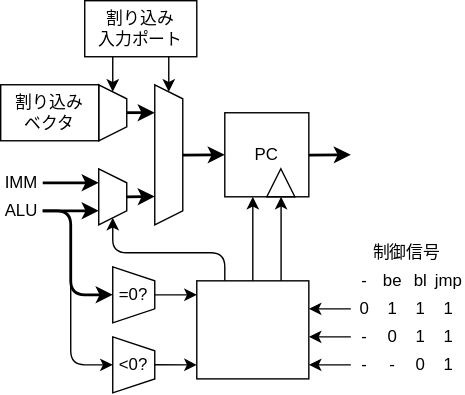
The draw.io diagram Lab/Computer/RK16/01_Architecture/img/pfc.dio.svg in amane-uehara/kanade-k-1228.github.io, before a commit. Source tidied: cells renumbered, new cells last; positions are measured from the earlier drawing's top-left corner, leaving out a move shared by most shapes.
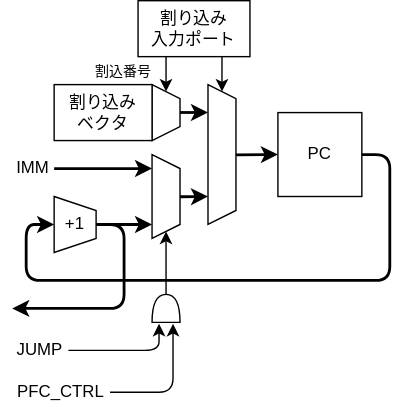
Above is the later version.

The edit, as a diff of the source:
```diff
@@ -34,8 +34,8 @@
     </mxCell>
     <mxCell id="9" style="endArrow=classic;html=1;strokeWidth=2;" parent="1" edge="1">
       <mxGeometry relative="1" as="geometry">
-        <mxPoint x="90" y="140" as="sourcePoint" />
-        <mxPoint x="110" y="139.8" as="targetPoint" />
+        <mxPoint x="90" y="140.2" as="sourcePoint" />
+        <mxPoint x="110" y="140" as="targetPoint" />
       </mxGeometry>
     </mxCell>
     <mxCell id="10" style="endArrow=classic;html=1;strokeWidth=2;" parent="1" edge="1">
@@ -44,169 +44,87 @@
         <mxPoint x="160" y="110" as="targetPoint" />
       </mxGeometry>
     </mxCell>
-    <mxCell id="11" value="ALU" style="text;html=1;strokeColor=none;fillColor=none;align=center;verticalAlign=middle;whiteSpace=wrap;rounded=0;" parent="1" vertex="1">
-      <mxGeometry y="140" width="30" height="20" as="geometry" />
-    </mxCell>
     <mxCell id="12" value="IMM" style="text;html=1;strokeColor=none;fillColor=none;align=center;verticalAlign=middle;whiteSpace=wrap;rounded=0;" parent="1" vertex="1">
-      <mxGeometry y="120" width="30" height="20" as="geometry" />
+      <mxGeometry x="-30" y="110" width="30" height="20" as="geometry" />
     </mxCell>
-    <mxCell id="13" style="endArrow=classic;html=1;startArrow=none;startFill=0;strokeWidth=2;" parent="1" edge="1">
-      <mxGeometry relative="1" as="geometry">
-        <mxPoint x="30" y="150" as="sourcePoint" />
-        <mxPoint x="80" y="210" as="targetPoint" />
-        <Array as="points">
-          <mxPoint x="50" y="150" />
-          <mxPoint x="50" y="210" />
-        </Array>
-      </mxGeometry>
-    </mxCell>
-    <mxCell id="14" value="制御信号" style="text;html=1;strokeColor=none;fillColor=none;align=center;verticalAlign=middle;whiteSpace=wrap;rounded=0;" parent="1" vertex="1">
-      <mxGeometry x="250" y="170" width="80" height="20" as="geometry" />
+    <mxCell id="14" value="PFC_CTRL" style="text;html=1;strokeColor=none;fillColor=none;align=center;verticalAlign=middle;whiteSpace=wrap;rounded=0;" parent="1" vertex="1">
+      <mxGeometry x="-30" y="270" width="70" height="20" as="geometry" />
     </mxCell>
-    <mxCell id="15" value="=0?" style="shape=trapezoid;perimeter=trapezoidPerimeter;whiteSpace=wrap;html=1;fixedSize=1;direction=south;size=10;" parent="1" vertex="1">
-      <mxGeometry x="80" y="190" width="30" height="40" as="geometry" />
-    </mxCell>
-    <mxCell id="16" value="&amp;lt;0?" style="shape=trapezoid;perimeter=trapezoidPerimeter;whiteSpace=wrap;html=1;fixedSize=1;direction=south;size=10;" parent="1" vertex="1">
-      <mxGeometry x="80" y="240" width="30" height="40" as="geometry" />
-    </mxCell>
-    <mxCell id="17" style="endArrow=classic;html=1;startArrow=none;startFill=0;" parent="1" edge="1">
-      <mxGeometry relative="1" as="geometry">
-        <mxPoint x="50" y="190" as="sourcePoint" />
-        <mxPoint x="80" y="260" as="targetPoint" />
-        <Array as="points">
-          <mxPoint x="50" y="260" />
-        </Array>
-      </mxGeometry>
-    </mxCell>
-    <mxCell id="18" style="endArrow=classic;html=1;" parent="1" edge="1">
-      <mxGeometry relative="1" as="geometry">
-        <mxPoint x="110" y="210" as="sourcePoint" />
-        <mxPoint x="140" y="210" as="targetPoint" />
-      </mxGeometry>
-    </mxCell>
-    <mxCell id="19" style="endArrow=classic;html=1;" parent="1" edge="1">
-      <mxGeometry relative="1" as="geometry">
-        <mxPoint x="110" y="259.9" as="sourcePoint" />
-        <mxPoint x="140" y="260" as="targetPoint" />
-      </mxGeometry>
-    </mxCell>
     <mxCell id="20" style="shape=trapezoid;perimeter=trapezoidPerimeter;whiteSpace=wrap;html=1;fixedSize=1;direction=south;size=10;" parent="1" vertex="1">
-      <mxGeometry x="70" y="120" width="20" height="40" as="geometry" />
+      <mxGeometry x="70" y="110" width="20" height="60" as="geometry" />
     </mxCell>
-    <mxCell id="21" style="endArrow=classic;html=1;strokeWidth=2;" parent="1" edge="1">
-      <mxGeometry relative="1" as="geometry">
-        <mxPoint x="30" y="150" as="sourcePoint" />
-        <mxPoint x="70" y="150" as="targetPoint" />
-      </mxGeometry>
-    </mxCell>
     <mxCell id="22" style="endArrow=classic;html=1;strokeWidth=2;" parent="1" edge="1">
       <mxGeometry relative="1" as="geometry">
-        <mxPoint x="30" y="130" as="sourcePoint" />
-        <mxPoint x="70" y="130" as="targetPoint" />
+        <mxPoint y="120.1" as="sourcePoint" />
+        <mxPoint x="70" y="120" as="targetPoint" />
       </mxGeometry>
     </mxCell>
-    <mxCell id="23" value="0" style="text;html=1;strokeColor=none;fillColor=none;align=center;verticalAlign=middle;whiteSpace=wrap;rounded=0;" parent="1" vertex="1">
-      <mxGeometry x="250" y="210" width="20" height="20" as="geometry" />
-    </mxCell>
-    <mxCell id="24" value="be" style="text;html=1;strokeColor=none;fillColor=none;align=center;verticalAlign=middle;whiteSpace=wrap;rounded=0;rotation=0;" parent="1" vertex="1">
-      <mxGeometry x="270" y="190" width="20" height="20" as="geometry" />
-    </mxCell>
-    <mxCell id="25" value="-" style="text;html=1;strokeColor=none;fillColor=none;align=center;verticalAlign=middle;whiteSpace=wrap;rounded=0;" parent="1" vertex="1">
-      <mxGeometry x="250" y="230" width="20" height="20" as="geometry" />
-    </mxCell>
-    <mxCell id="26" value="bl" style="text;html=1;strokeColor=none;fillColor=none;align=center;verticalAlign=middle;whiteSpace=wrap;rounded=0;rotation=0;" parent="1" vertex="1">
-      <mxGeometry x="290" y="190" width="20" height="20" as="geometry" />
-    </mxCell>
-    <mxCell id="27" value="jmp" style="text;html=1;strokeColor=none;fillColor=none;align=center;verticalAlign=middle;whiteSpace=wrap;rounded=0;rotation=0;" parent="1" vertex="1">
-      <mxGeometry x="310" y="190" width="20" height="20" as="geometry" />
-    </mxCell>
-    <mxCell id="28" value="1" style="text;html=1;strokeColor=none;fillColor=none;align=center;verticalAlign=middle;whiteSpace=wrap;rounded=0;" parent="1" vertex="1">
-      <mxGeometry x="270" y="210" width="20" height="20" as="geometry" />
-    </mxCell>
-    <mxCell id="29" value="1" style="text;html=1;strokeColor=none;fillColor=none;align=center;verticalAlign=middle;whiteSpace=wrap;rounded=0;" parent="1" vertex="1">
-      <mxGeometry x="290" y="230" width="20" height="20" as="geometry" />
-    </mxCell>
-    <mxCell id="30" value="-" style="text;html=1;strokeColor=none;fillColor=none;align=center;verticalAlign=middle;whiteSpace=wrap;rounded=0;" parent="1" vertex="1">
-      <mxGeometry x="250" y="250" width="20" height="20" as="geometry" />
-    </mxCell>
-    <mxCell id="31" value="0" style="text;html=1;strokeColor=none;fillColor=none;align=center;verticalAlign=middle;whiteSpace=wrap;rounded=0;" parent="1" vertex="1">
-      <mxGeometry x="290" y="250" width="20" height="20" as="geometry" />
-    </mxCell>
-    <mxCell id="32" value="1" style="text;html=1;strokeColor=none;fillColor=none;align=center;verticalAlign=middle;whiteSpace=wrap;rounded=0;" parent="1" vertex="1">
-      <mxGeometry x="310" y="250" width="20" height="20" as="geometry" />
-    </mxCell>
-    <mxCell id="33" value="1" style="text;html=1;strokeColor=none;fillColor=none;align=center;verticalAlign=middle;whiteSpace=wrap;rounded=0;" parent="1" vertex="1">
-      <mxGeometry x="290" y="210" width="20" height="20" as="geometry" />
-    </mxCell>
-    <mxCell id="34" value="1" style="text;html=1;strokeColor=none;fillColor=none;align=center;verticalAlign=middle;whiteSpace=wrap;rounded=0;" parent="1" vertex="1">
-      <mxGeometry x="310" y="230" width="20" height="20" as="geometry" />
-    </mxCell>
-    <mxCell id="35" value="1" style="text;html=1;strokeColor=none;fillColor=none;align=center;verticalAlign=middle;whiteSpace=wrap;rounded=0;" parent="1" vertex="1">
-      <mxGeometry x="310" y="210" width="20" height="20" as="geometry" />
-    </mxCell>
-    <mxCell id="36" value="0" style="text;html=1;strokeColor=none;fillColor=none;align=center;verticalAlign=middle;whiteSpace=wrap;rounded=0;" parent="1" vertex="1">
-      <mxGeometry x="270" y="230" width="20" height="20" as="geometry" />
-    </mxCell>
-    <mxCell id="37" value="-" style="text;html=1;strokeColor=none;fillColor=none;align=center;verticalAlign=middle;whiteSpace=wrap;rounded=0;" parent="1" vertex="1">
-      <mxGeometry x="270" y="250" width="20" height="20" as="geometry" />
-    </mxCell>
-    <mxCell id="38" style="endArrow=classic;html=1;" parent="1" edge="1">
-      <mxGeometry relative="1" as="geometry">
-        <mxPoint x="160" y="200" as="sourcePoint" />
-        <mxPoint x="80" y="155" as="targetPoint" />
-        <Array as="points">
-          <mxPoint x="160" y="180" />
-          <mxPoint x="80" y="180" />
-        </Array>
-      </mxGeometry>
-    </mxCell>
-    <mxCell id="39" value="-" style="text;html=1;strokeColor=none;fillColor=none;align=center;verticalAlign=middle;whiteSpace=wrap;rounded=0;" parent="1" vertex="1">
-      <mxGeometry x="250" y="190" width="20" height="20" as="geometry" />
-    </mxCell>
     <mxCell id="40" value="PC" style="rounded=0;whiteSpace=wrap;html=1;" parent="1" vertex="1">
       <mxGeometry x="160" y="80" width="60" height="60" as="geometry" />
     </mxCell>
-    <mxCell id="41" style="triangle;whiteSpace=wrap;html=1;direction=north;fontSize=10;verticalAlign=bottom;" parent="1" vertex="1">
-      <mxGeometry x="190" y="120" width="20" height="20" as="geometry" />
-    </mxCell>
-    <mxCell id="42" style="endArrow=classic;html=1;" parent="1" edge="1">
-      <mxGeometry relative="1" as="geometry">
-        <mxPoint x="180" y="200" as="sourcePoint" />
-        <mxPoint x="180" y="140" as="targetPoint" />
-      </mxGeometry>
-    </mxCell>
-    <mxCell id="43" style="rounded=0;whiteSpace=wrap;html=1;" parent="1" vertex="1">
-      <mxGeometry x="140" y="200" width="80" height="70" as="geometry" />
-    </mxCell>
-    <mxCell id="44" style="endArrow=classic;html=1;" parent="1" edge="1">
-      <mxGeometry relative="1" as="geometry">
-        <mxPoint x="200.2" y="200" as="sourcePoint" />
-        <mxPoint x="200.2" y="140" as="targetPoint" />
-      </mxGeometry>
-    </mxCell>
     <mxCell id="45" style="endArrow=classic;html=1;strokeWidth=2;" parent="1" edge="1">
       <mxGeometry relative="1" as="geometry">
-        <mxPoint x="220" y="110.2" as="sourcePoint" />
-        <mxPoint x="250" y="110" as="targetPoint" />
+        <mxPoint x="220" y="110" as="sourcePoint" />
+        <mxPoint y="160" as="targetPoint" />
+        <Array as="points">
+          <mxPoint x="240" y="110" />
+          <mxPoint x="240" y="200" />
+          <mxPoint x="-20" y="200" />
+          <mxPoint x="-20" y="160" />
+        </Array>
       </mxGeometry>
     </mxCell>
-    <mxCell id="46" style="endArrow=classic;html=1;fontSize=10;" parent="1" edge="1">
-      <mxGeometry relative="1" as="geometry">
-        <mxPoint x="250" y="220" as="sourcePoint" />
-        <mxPoint x="220" y="220" as="targetPoint" />
-      </mxGeometry>
-    </mxCell>
-    <mxCell id="47" style="endArrow=classic;html=1;fontSize=10;" parent="1" edge="1">
-      <mxGeometry relative="1" as="geometry">
-        <mxPoint x="250" y="240" as="sourcePoint" />
-        <mxPoint x="220" y="240" as="targetPoint" />
-      </mxGeometry>
-    </mxCell>
-    <mxCell id="48" style="endArrow=classic;html=1;fontSize=10;" parent="1" edge="1">
-      <mxGeometry relative="1" as="geometry">
-        <mxPoint x="250" y="260" as="sourcePoint" />
-        <mxPoint x="220" y="260" as="targetPoint" />
-      </mxGeometry>
-    </mxCell>
+    <mxCell id="49" value="割込番号" style="text;html=1;strokeColor=none;fillColor=none;align=center;verticalAlign=middle;whiteSpace=wrap;rounded=0;fontSize=10;" parent="1" vertex="1">
+      <mxGeometry x="20" y="40" width="60" height="20" as="geometry" />
+    </mxCell>
+    <mxCell id="50" style="endArrow=classic;html=1;fontSize=10;" parent="1" edge="1">
+      <mxGeometry relative="1" as="geometry">
+        <mxPoint x="80" y="210" as="sourcePoint" />
+        <mxPoint x="80" y="165" as="targetPoint" />
+      </mxGeometry>
+    </mxCell>
+    <mxCell id="51" value="+1" style="shape=trapezoid;perimeter=trapezoidPerimeter;whiteSpace=wrap;html=1;fixedSize=1;direction=south;size=10;" parent="1" vertex="1">
+      <mxGeometry y="140" width="30" height="40" as="geometry" />
+    </mxCell>
+    <mxCell id="52" style="endArrow=classic;html=1;strokeWidth=2;" parent="1" edge="1">
+      <mxGeometry relative="1" as="geometry">
+        <mxPoint x="30" y="160" as="sourcePoint" />
+        <mxPoint x="70" y="160" as="targetPoint" />
+      </mxGeometry>
+    </mxCell>
+    <mxCell id="53" value="JUMP" style="text;html=1;strokeColor=none;fillColor=none;align=center;verticalAlign=middle;whiteSpace=wrap;rounded=0;" parent="1" vertex="1">
+      <mxGeometry x="-29.8" y="240" width="40" height="20" as="geometry" />
+    </mxCell>
+    <mxCell id="54" style="shape=or;whiteSpace=wrap;html=1;fontSize=5;direction=north;" parent="1" vertex="1">
+      <mxGeometry x="70" y="210" width="20" height="20" as="geometry" />
+    </mxCell>
+    <mxCell id="55" style="endArrow=classic;html=1;fontSize=10;" parent="1" edge="1">
+      <mxGeometry relative="1" as="geometry">
+        <mxPoint x="10.2" y="250" as="sourcePoint" />
+        <mxPoint x="75" y="231" as="targetPoint" />
+        <Array as="points">
+          <mxPoint x="75" y="250" />
+        </Array>
+      </mxGeometry>
+    </mxCell>
+    <mxCell id="56" style="endArrow=classic;html=1;fontSize=10;" parent="1" edge="1">
+      <mxGeometry relative="1" as="geometry">
+        <mxPoint x="40" y="280" as="sourcePoint" />
+        <mxPoint x="85" y="231" as="targetPoint" />
+        <Array as="points">
+          <mxPoint x="85" y="280" />
+        </Array>
+      </mxGeometry>
+    </mxCell>
+    <mxCell id="57" style="endArrow=classic;html=1;strokeWidth=2;" parent="1" edge="1">
+      <mxGeometry relative="1" as="geometry">
+        <mxPoint x="30" y="160" as="sourcePoint" />
+        <mxPoint x="-30" y="220" as="targetPoint" />
+        <Array as="points">
+          <mxPoint x="50" y="160" />
+          <mxPoint x="50" y="220" />
+        </Array>
+      </mxGeometry>
+    </mxCell>
   </root>
 </mxGraphModel>
```
